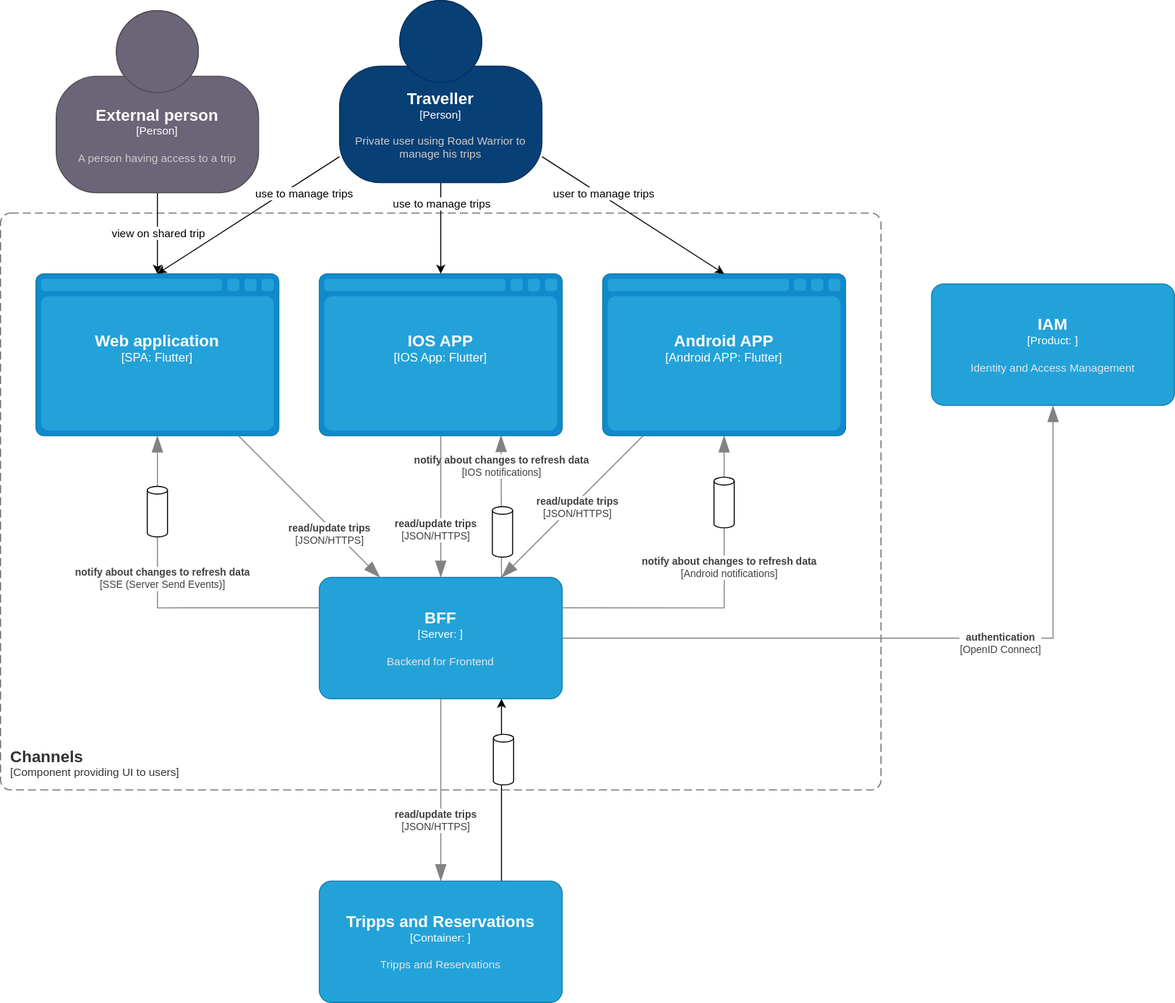
Earlier version of the draw.io export diagrams/Component-Channels.drawio.svg (wschaef/architecture-kata-2023). Source tidied: cells renumbered, new cells last; positions are measured from the earlier drawing's top-left corner, leaving out a move shared by most shapes. Its diagram source:
```xml
<mxGraphModel>
  <root>
    <mxCell id="0" />
    <mxCell id="1" parent="0" />
    <object id="2" label="&lt;font style=&quot;font-size: 16px&quot;&gt;&lt;b&gt;&lt;div style=&quot;text-align: left&quot;&gt;%c4Name%&lt;/div&gt;&lt;/b&gt;&lt;/font&gt;&lt;div style=&quot;text-align: left&quot;&gt;[%c4Application%]&lt;/div&gt;" c4Application="Component providing UI to users" c4Name="Channels" c4Type="ContainerScopeBoundary" placeholders="1">
      <mxCell style="rounded=1;fontSize=11;whiteSpace=wrap;html=1;dashed=1;arcSize=20;fillColor=none;strokeColor=#666666;fontColor=#333333;labelBackgroundColor=none;align=left;verticalAlign=bottom;labelBorderColor=none;spacingTop=0;spacing=10;dashPattern=8 4;perimeter=rectanglePerimeter;noLabel=0;labelPadding=0;absoluteArcSize=1;" parent="1" vertex="1">
        <mxGeometry y="210" width="870" height="570" as="geometry" />
      </mxCell>
    </object>
    <object id="3" label="&lt;font style=&quot;font-size: 16px&quot;&gt;&lt;b&gt;%c4Type%&lt;/b&gt;&lt;/font&gt;&lt;div&gt;[%c4Container%:&amp;nbsp;%c4Technology%]&lt;/div&gt;&lt;br&gt;&lt;div&gt;&lt;font style=&quot;font-size: 11px&quot;&gt;&lt;font color=&quot;#E6E6E6&quot;&gt;%c4Description%&lt;/font&gt;&lt;/div&gt;" c4Container="IOS App" c4Description="" c4Technology="Flutter" c4Type="IOS APP" placeholders="1">
      <mxCell style="shape=mxgraph.c4.webBrowserContainer2;whiteSpace=wrap;html=1;boundedLbl=1;rounded=0;labelBackgroundColor=none;strokeColor=#118ACD;fillColor=#23A2D9;strokeColor=#118ACD;strokeColor2=#0E7DAD;fontSize=12;fontColor=#ffffff;align=center;points=[[0.5,0,0],[1,0.25,0],[1,0.5,0],[1,0.75,0],[0.5,1,0],[0,0.75,0],[0,0.5,0],[0,0.25,0]];" parent="1" vertex="1">
        <mxGeometry x="315" y="270" width="240" height="160" as="geometry" />
      </mxCell>
    </object>
    <object id="4" label="&lt;font style=&quot;font-size: 16px&quot;&gt;&lt;b&gt;%c4Type%&lt;/b&gt;&lt;/font&gt;&lt;div&gt;[%c4Container%:&amp;nbsp;%c4Technology%]&lt;/div&gt;&lt;br&gt;&lt;div&gt;&lt;font style=&quot;font-size: 11px&quot;&gt;&lt;font color=&quot;#E6E6E6&quot;&gt;%c4Description%&lt;/font&gt;&lt;/div&gt;" c4Container="SPA" c4Description="" c4Technology="Flutter" c4Type="Web application" placeholders="1">
      <mxCell style="shape=mxgraph.c4.webBrowserContainer2;whiteSpace=wrap;html=1;boundedLbl=1;rounded=0;labelBackgroundColor=none;strokeColor=#118ACD;fillColor=#23A2D9;strokeColor=#118ACD;strokeColor2=#0E7DAD;fontSize=12;fontColor=#ffffff;align=center;points=[[0.5,0,0],[1,0.25,0],[1,0.5,0],[1,0.75,0],[0.5,1,0],[0,0.75,0],[0,0.5,0],[0,0.25,0]];" parent="1" vertex="1">
        <mxGeometry x="35" y="270" width="240" height="160" as="geometry" />
      </mxCell>
    </object>
    <object id="5" label="&lt;font style=&quot;font-size: 16px&quot;&gt;&lt;b&gt;%c4Type%&lt;/b&gt;&lt;/font&gt;&lt;div&gt;[%c4Container%:&amp;nbsp;%c4Technology%]&lt;/div&gt;&lt;br&gt;&lt;div&gt;&lt;font style=&quot;font-size: 11px&quot;&gt;&lt;font color=&quot;#E6E6E6&quot;&gt;%c4Description%&lt;/font&gt;&lt;/div&gt;" c4Container="Android APP" c4Description="" c4Technology="Flutter" c4Type="Android APP" placeholders="1">
      <mxCell style="shape=mxgraph.c4.webBrowserContainer2;whiteSpace=wrap;html=1;boundedLbl=1;rounded=0;labelBackgroundColor=none;strokeColor=#118ACD;fillColor=#23A2D9;strokeColor=#118ACD;strokeColor2=#0E7DAD;fontSize=12;fontColor=#ffffff;align=center;points=[[0.5,0,0],[1,0.25,0],[1,0.5,0],[1,0.75,0],[0.5,1,0],[0,0.75,0],[0,0.5,0],[0,0.25,0]];" parent="1" vertex="1">
        <mxGeometry x="595" y="270" width="240" height="160" as="geometry" />
      </mxCell>
    </object>
    <object id="6" label="&lt;font style=&quot;font-size: 16px&quot;&gt;&lt;b&gt;%c4Name%&lt;/b&gt;&lt;/font&gt;&lt;div&gt;[%c4Type%: %c4Technology%]&lt;/div&gt;&lt;br&gt;&lt;div&gt;&lt;font style=&quot;font-size: 11px&quot;&gt;&lt;font color=&quot;#E6E6E6&quot;&gt;%c4Description%&lt;/font&gt;&lt;/div&gt;" c4Description="Backend for Frontend" c4Name="BFF" c4Technology="" c4Type="Server" placeholders="1">
      <mxCell style="rounded=1;whiteSpace=wrap;html=1;fontSize=11;labelBackgroundColor=none;fillColor=#23A2D9;fontColor=#ffffff;align=center;arcSize=10;strokeColor=#0E7DAD;points=[[0.25,0,0],[0.5,0,0],[0.75,0,0],[1,0.25,0],[1,0.5,0],[1,0.75,0],[0.75,1,0],[0.5,1,0],[0.25,1,0],[0,0.75,0],[0,0.5,0],[0,0.25,0]];" parent="1" vertex="1">
        <mxGeometry x="315" y="570" width="240" height="120" as="geometry" />
      </mxCell>
    </object>
    <object id="7" label="&lt;font style=&quot;font-size: 16px&quot;&gt;&lt;b&gt;%c4Name%&lt;/b&gt;&lt;/font&gt;&lt;div&gt;[%c4Type%: %c4Technology%]&lt;/div&gt;&lt;br&gt;&lt;div&gt;&lt;font style=&quot;font-size: 11px&quot;&gt;&lt;font color=&quot;#E6E6E6&quot;&gt;%c4Description%&lt;/font&gt;&lt;/div&gt;" c4Description="Identity and Access Management" c4Name="IAM" c4Technology="" c4Type="Product" placeholders="1">
      <mxCell style="rounded=1;whiteSpace=wrap;html=1;fontSize=11;labelBackgroundColor=none;fillColor=#23A2D9;fontColor=#ffffff;align=center;arcSize=10;strokeColor=#0E7DAD;points=[[0.25,0,0],[0.5,0,0],[0.75,0,0],[1,0.25,0],[1,0.5,0],[1,0.75,0],[0.75,1,0],[0.5,1,0],[0.25,1,0],[0,0.75,0],[0,0.5,0],[0,0.25,0]];" parent="1" vertex="1">
        <mxGeometry x="920" y="280" width="240" height="120" as="geometry" />
      </mxCell>
    </object>
    <mxCell id="8" style="edgeStyle=orthogonalEdgeStyle;rounded=0;jettySize=auto;html=1;entryX=0.5;entryY=0;entryDx=0;entryDy=0;entryPerimeter=0;" parent="1" edge="1" source="10" target="4">
      <mxGeometry relative="1" as="geometry" />
    </mxCell>
    <mxCell id="9" value="view on shared trip" style="edgeLabel;html=1;align=center;verticalAlign=middle;" parent="8" vertex="1">
      <mxGeometry x="-0.26" y="-1" relative="1" as="geometry">
        <mxPoint x="1" y="10" as="offset" />
      </mxGeometry>
    </mxCell>
    <object id="10" label="&lt;font style=&quot;font-size: 16px&quot;&gt;&lt;b&gt;%c4Name%&lt;/b&gt;&lt;/font&gt;&lt;div&gt;[%c4Type%]&lt;/div&gt;&lt;br&gt;&lt;div&gt;&lt;font style=&quot;font-size: 11px&quot;&gt;&lt;font color=&quot;#cccccc&quot;&gt;%c4Description%&lt;/font&gt;&lt;/div&gt;" c4Description="A person having access to a trip" c4Name="External person" c4Type="Person" placeholders="1">
      <mxCell style="html=1;fontSize=11;dashed=0;whiteSpace=wrap;fillColor=#6C6477;strokeColor=#4D4D4D;fontColor=#ffffff;shape=mxgraph.c4.person2;align=center;points=[[0.5,0,0],[1,0.5,0],[1,0.75,0],[0.75,1,0],[0.5,1,0],[0.25,1,0],[0,0.75,0],[0,0.5,0]];" parent="1" vertex="1">
        <mxGeometry x="55" y="10" width="200" height="180" as="geometry" />
      </mxCell>
    </object>
    <mxCell id="11" style="rounded=0;jettySize=auto;html=1;entryX=0.5;entryY=0;entryDx=0;entryDy=0;entryPerimeter=0;" parent="1" edge="1" source="17" target="4">
      <mxGeometry relative="1" as="geometry" />
    </mxCell>
    <mxCell id="12" value="use to manage trips" style="edgeLabel;html=1;align=center;verticalAlign=middle;" parent="11" vertex="1">
      <mxGeometry x="0.2" relative="1" as="geometry">
        <mxPoint x="73" y="-34" as="offset" />
      </mxGeometry>
    </mxCell>
    <mxCell id="13" style="rounded=0;jettySize=auto;html=1;entryX=0.5;entryY=0;entryDx=0;entryDy=0;entryPerimeter=0;" parent="1" edge="1" source="17" target="3">
      <mxGeometry relative="1" as="geometry" />
    </mxCell>
    <mxCell id="14" value="use to manage trips" style="edgeLabel;html=1;align=center;verticalAlign=middle;" parent="13" vertex="1">
      <mxGeometry x="0.2" y="1" relative="1" as="geometry">
        <mxPoint x="-1" y="-34" as="offset" />
      </mxGeometry>
    </mxCell>
    <mxCell id="15" style="rounded=0;jettySize=auto;html=1;entryX=0.5;entryY=0;entryDx=0;entryDy=0;entryPerimeter=0;" parent="1" edge="1" source="17" target="5">
      <mxGeometry relative="1" as="geometry" />
    </mxCell>
    <mxCell id="16" value="user to manage trips" style="edgeLabel;html=1;align=center;verticalAlign=middle;" parent="15" vertex="1">
      <mxGeometry x="0.32" y="3" relative="1" as="geometry">
        <mxPoint x="-61" y="-38" as="offset" />
      </mxGeometry>
    </mxCell>
    <object id="17" label="&lt;font style=&quot;font-size: 16px&quot;&gt;&lt;b&gt;%c4Name%&lt;/b&gt;&lt;/font&gt;&lt;div&gt;[%c4Type%]&lt;/div&gt;&lt;br&gt;&lt;div&gt;&lt;font style=&quot;font-size: 11px&quot;&gt;&lt;font color=&quot;#cccccc&quot;&gt;%c4Description%&lt;/font&gt;&lt;/div&gt;" c4Description="Private user using Road Warrior to manage his trips" c4Name="Traveller" c4Type="Person" placeholders="1">
      <mxCell style="html=1;fontSize=11;dashed=0;whiteSpace=wrap;fillColor=#083F75;strokeColor=#06315C;fontColor=#ffffff;shape=mxgraph.c4.person2;align=center;points=[[0.5,0,0],[1,0.5,0],[1,0.75,0],[0.75,1,0],[0.5,1,0],[0.25,1,0],[0,0.75,0],[0,0.5,0]];" parent="1" vertex="1">
        <mxGeometry x="335" width="200" height="180" as="geometry" />
      </mxCell>
    </object>
    <mxCell id="18" style="rounded=0;jettySize=auto;html=1;entryX=0.75;entryY=1;entryDx=0;entryDy=0;entryPerimeter=0;exitX=0.75;exitY=0;exitDx=0;exitDy=0;exitPerimeter=0;" parent="1" edge="1" source="21" target="6">
      <mxGeometry relative="1" as="geometry" />
    </mxCell>
    <mxCell id="19" style="shape=cylinder3;whiteSpace=wrap;html=1;boundedLbl=1;backgroundOutline=1;size=3.8571428571429465;" parent="1" vertex="1">
      <mxGeometry x="487" y="725" width="20" height="50" as="geometry" />
    </mxCell>
    <object id="20" label="&lt;div style=&quot;text-align: left&quot;&gt;&lt;div style=&quot;text-align: center&quot;&gt;&lt;b&gt;%c4Description%&lt;/b&gt;&lt;/div&gt;&lt;div style=&quot;text-align: center&quot;&gt;[%c4Technology%]&lt;/div&gt;&lt;/div&gt;" c4Description="read/update trips" c4Technology="JSON/HTTPS" c4Type="Relationship" placeholders="1">
      <mxCell style="endArrow=blockThin;html=1;fontSize=10;fontColor=#404040;strokeWidth=1;endFill=1;strokeColor=#828282;elbow=vertical;endSize=14;startSize=14;jumpStyle=arc;jumpSize=16;rounded=0;edgeStyle=orthogonalEdgeStyle;exitX=0.5;exitY=1;exitDx=0;exitDy=0;exitPerimeter=0;" parent="1" edge="1" source="6" target="21">
        <mxGeometry x="0.33" y="-5" relative="1" as="geometry" />
      </mxCell>
    </object>
    <object id="21" label="&lt;font style=&quot;font-size: 16px&quot;&gt;&lt;b&gt;%c4Name%&lt;/b&gt;&lt;/font&gt;&lt;div&gt;[%c4Type%: %c4Technology%]&lt;/div&gt;&lt;br&gt;&lt;div&gt;&lt;font style=&quot;font-size: 11px&quot;&gt;&lt;font color=&quot;#E6E6E6&quot;&gt;%c4Description%&lt;/font&gt;&lt;/div&gt;" c4Description="Tripps and Reservations" c4Name="Tripps and Reservations" c4Technology="" c4Type="Container" placeholders="1">
      <mxCell style="rounded=1;whiteSpace=wrap;html=1;fontSize=11;labelBackgroundColor=none;fillColor=#23A2D9;fontColor=#ffffff;align=center;arcSize=10;strokeColor=#0E7DAD;points=[[0.25,0,0],[0.5,0,0],[0.75,0,0],[1,0.25,0],[1,0.5,0],[1,0.75,0],[0.75,1,0],[0.5,1,0],[0.25,1,0],[0,0.75,0],[0,0.5,0],[0,0.25,0]];" parent="1" vertex="1">
        <mxGeometry x="315" y="870" width="240" height="120" as="geometry" />
      </mxCell>
    </object>
    <object id="22" label="&lt;div style=&quot;text-align: left&quot;&gt;&lt;div style=&quot;text-align: center&quot;&gt;&lt;b&gt;%c4Description%&lt;/b&gt;&lt;/div&gt;&lt;div style=&quot;text-align: center&quot;&gt;[%c4Technology%]&lt;/div&gt;&lt;/div&gt;" c4Description="notify about changes to refresh data" c4Technology="SSE (Server Send Events)" c4Type="Relationship" placeholders="1">
      <mxCell style="endArrow=blockThin;html=1;fontSize=10;fontColor=#404040;strokeWidth=1;endFill=1;strokeColor=#828282;elbow=vertical;endSize=14;startSize=14;jumpStyle=arc;jumpSize=16;rounded=0;edgeStyle=orthogonalEdgeStyle;exitX=0;exitY=0.25;exitDx=0;exitDy=0;exitPerimeter=0;entryX=0.5;entryY=1;entryDx=0;entryDy=0;entryPerimeter=0;" parent="1" edge="1" source="6" target="4">
        <mxGeometry x="0.15" y="-5" relative="1" as="geometry" />
      </mxCell>
    </object>
    <object id="23" label="&lt;div style=&quot;text-align: left&quot;&gt;&lt;div style=&quot;text-align: center&quot;&gt;&lt;b&gt;%c4Description%&lt;/b&gt;&lt;/div&gt;&lt;div style=&quot;text-align: center&quot;&gt;[%c4Technology%]&lt;/div&gt;&lt;/div&gt;" c4Description="notify about changes to refresh data" c4Technology="Android notifications" c4Type="Relationship" placeholders="1">
      <mxCell style="endArrow=blockThin;html=1;fontSize=10;fontColor=#404040;strokeWidth=1;endFill=1;strokeColor=#828282;elbow=vertical;endSize=14;startSize=14;jumpStyle=arc;jumpSize=16;rounded=0;edgeStyle=orthogonalEdgeStyle;exitX=1;exitY=0.25;exitDx=0;exitDy=0;exitPerimeter=0;entryX=0.5;entryY=1;entryDx=0;entryDy=0;entryPerimeter=0;" parent="1" edge="1" source="6" target="5">
        <mxGeometry x="0.21" y="-5" relative="1" as="geometry" />
      </mxCell>
    </object>
    <object id="24" label="&lt;div style=&quot;text-align: left&quot;&gt;&lt;div style=&quot;text-align: center&quot;&gt;&lt;b&gt;%c4Description%&lt;/b&gt;&lt;/div&gt;&lt;div style=&quot;text-align: center&quot;&gt;[%c4Technology%]&lt;/div&gt;&lt;/div&gt;" c4Description="notify about changes to refresh data" c4Technology="IOS notifications" c4Type="Relationship" placeholders="1">
      <mxCell style="endArrow=blockThin;html=1;fontSize=10;fontColor=#404040;strokeWidth=1;endFill=1;strokeColor=#828282;elbow=vertical;endSize=14;startSize=14;jumpStyle=arc;jumpSize=16;rounded=0;edgeStyle=orthogonalEdgeStyle;exitX=0.75;exitY=0;exitDx=0;exitDy=0;exitPerimeter=0;entryX=0.748;entryY=0.997;entryDx=0;entryDy=0;entryPerimeter=0;" parent="1" edge="1" source="6" target="3">
        <mxGeometry x="0.57" relative="1" as="geometry" />
      </mxCell>
    </object>
    <mxCell id="25" style="shape=cylinder3;whiteSpace=wrap;html=1;boundedLbl=1;backgroundOutline=1;size=3.8571428571429465;" parent="1" vertex="1">
      <mxGeometry x="486" y="500" width="20" height="50" as="geometry" />
    </mxCell>
    <mxCell id="26" style="shape=cylinder3;whiteSpace=wrap;html=1;boundedLbl=1;backgroundOutline=1;size=3.8571428571429465;" parent="1" vertex="1">
      <mxGeometry x="145" y="480" width="20" height="50" as="geometry" />
    </mxCell>
    <mxCell id="27" style="shape=cylinder3;whiteSpace=wrap;html=1;boundedLbl=1;backgroundOutline=1;size=3.8571428571429465;" parent="1" vertex="1">
      <mxGeometry x="705" y="471" width="20" height="50" as="geometry" />
    </mxCell>
    <object id="28" label="&lt;div style=&quot;text-align: left&quot;&gt;&lt;div style=&quot;text-align: center&quot;&gt;&lt;b&gt;%c4Description%&lt;/b&gt;&lt;/div&gt;&lt;div style=&quot;text-align: center&quot;&gt;[%c4Technology%]&lt;/div&gt;&lt;/div&gt;" c4Description="read/update trips" c4Technology="JSON/HTTPS" c4Type="Relationship" placeholders="1">
      <mxCell style="endArrow=blockThin;html=1;fontSize=10;fontColor=#404040;strokeWidth=1;endFill=1;strokeColor=#828282;elbow=vertical;endSize=14;startSize=14;jumpStyle=arc;jumpSize=16;rounded=0;" parent="1" edge="1" source="4" target="6">
        <mxGeometry x="0.33" y="-5" relative="1" as="geometry" />
      </mxCell>
    </object>
    <object id="29" label="&lt;div style=&quot;text-align: left&quot;&gt;&lt;div style=&quot;text-align: center&quot;&gt;&lt;b&gt;%c4Description%&lt;/b&gt;&lt;/div&gt;&lt;div style=&quot;text-align: center&quot;&gt;[%c4Technology%]&lt;/div&gt;&lt;/div&gt;" c4Description="read/update trips" c4Technology="JSON/HTTPS" c4Type="Relationship" placeholders="1">
      <mxCell style="endArrow=blockThin;html=1;fontSize=10;fontColor=#404040;strokeWidth=1;endFill=1;strokeColor=#828282;elbow=vertical;endSize=14;startSize=14;jumpStyle=arc;jumpSize=16;rounded=0;" parent="1" edge="1" source="5" target="6">
        <mxGeometry x="-0.04" y="4" relative="1" as="geometry" />
      </mxCell>
    </object>
    <object id="30" label="&lt;div style=&quot;text-align: left&quot;&gt;&lt;div style=&quot;text-align: center&quot;&gt;&lt;b&gt;%c4Description%&lt;/b&gt;&lt;/div&gt;&lt;div style=&quot;text-align: center&quot;&gt;[%c4Technology%]&lt;/div&gt;&lt;/div&gt;" c4Description="read/update trips" c4Technology="JSON/HTTPS" c4Type="Relationship" placeholders="1">
      <mxCell style="endArrow=blockThin;html=1;fontSize=10;fontColor=#404040;strokeWidth=1;endFill=1;strokeColor=#828282;elbow=vertical;endSize=14;startSize=14;jumpStyle=arc;jumpSize=16;rounded=0;exitX=0.5;exitY=1;exitDx=0;exitDy=0;exitPerimeter=0;" parent="1" edge="1" source="3" target="6">
        <mxGeometry x="0.33" y="-5" relative="1" as="geometry" />
      </mxCell>
    </object>
    <object id="31" label="&lt;div style=&quot;text-align: left&quot;&gt;&lt;div style=&quot;text-align: center&quot;&gt;&lt;b&gt;%c4Description%&lt;/b&gt;&lt;/div&gt;&lt;div style=&quot;text-align: center&quot;&gt;[%c4Technology%]&lt;/div&gt;&lt;/div&gt;" c4Description="authentication" c4Technology="OpenID Connect" c4Type="Relationship" placeholders="1">
      <mxCell style="endArrow=blockThin;html=1;fontSize=10;fontColor=#404040;strokeWidth=1;endFill=1;strokeColor=#828282;elbow=vertical;endSize=14;startSize=14;jumpStyle=arc;jumpSize=16;rounded=0;edgeStyle=orthogonalEdgeStyle;exitX=1;exitY=0.5;exitDx=0;exitDy=0;exitPerimeter=0;entryX=0.5;entryY=1;entryDx=0;entryDy=0;entryPerimeter=0;" parent="1" edge="1" source="6" target="7">
        <mxGeometry x="0.21" y="-5" relative="1" as="geometry" />
      </mxCell>
    </object>
  </root>
</mxGraphModel>
```
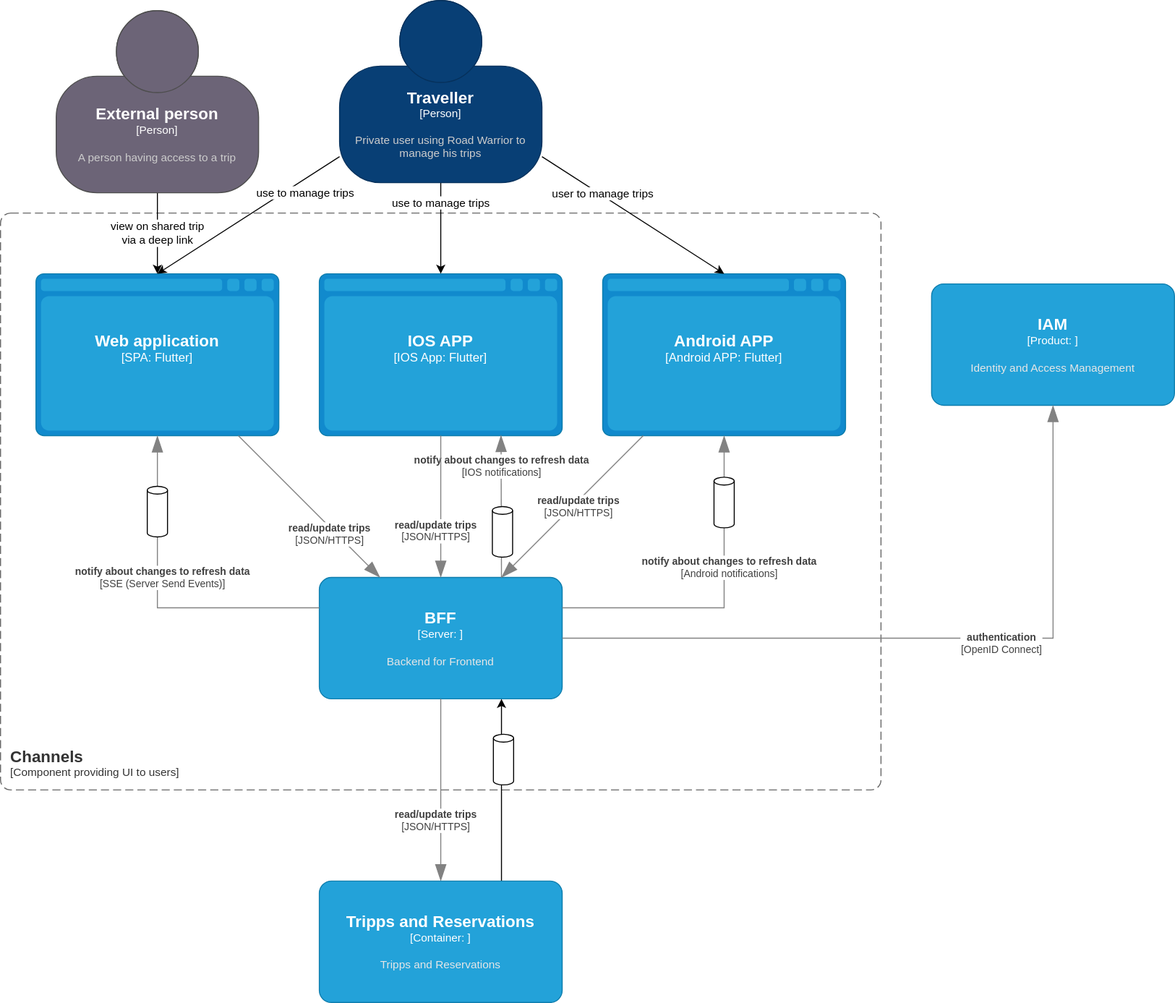
Above is the later version.

The edit, as a diff of the source:
```diff
@@ -35,7 +35,7 @@
     <mxCell id="8" style="edgeStyle=orthogonalEdgeStyle;rounded=0;jettySize=auto;html=1;entryX=0.5;entryY=0;entryDx=0;entryDy=0;entryPerimeter=0;" parent="1" edge="1" source="10" target="4">
       <mxGeometry relative="1" as="geometry" />
     </mxCell>
-    <mxCell id="9" value="view on shared trip" style="edgeLabel;html=1;align=center;verticalAlign=middle;" parent="8" vertex="1">
+    <mxCell id="9" value="view on shared trip&lt;br&gt;via a deep link" style="edgeLabel;html=1;align=center;verticalAlign=middle;" parent="8" vertex="1">
       <mxGeometry x="-0.26" y="-1" relative="1" as="geometry">
         <mxPoint x="1" y="10" as="offset" />
       </mxGeometry>
```
